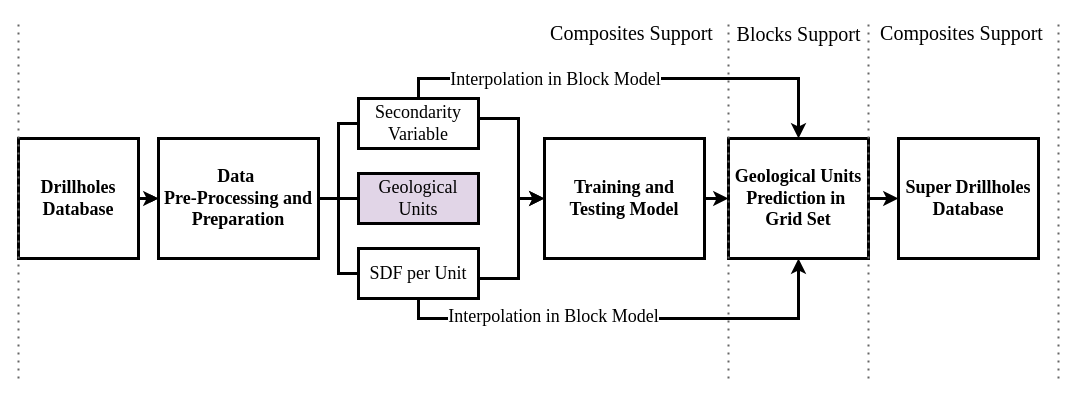
Earlier version of the draw.io diagram flow_geology_research.drawio (heberallin/Trabajos). Source tidied: cells renumbered, new cells numbered last; positions are measured from the earlier drawing's top-left corner, leaving out a move shared by most shapes. Both pictures are drawn from the tidied source at 100%, with x=0, y=0 at pixel (18, 18).
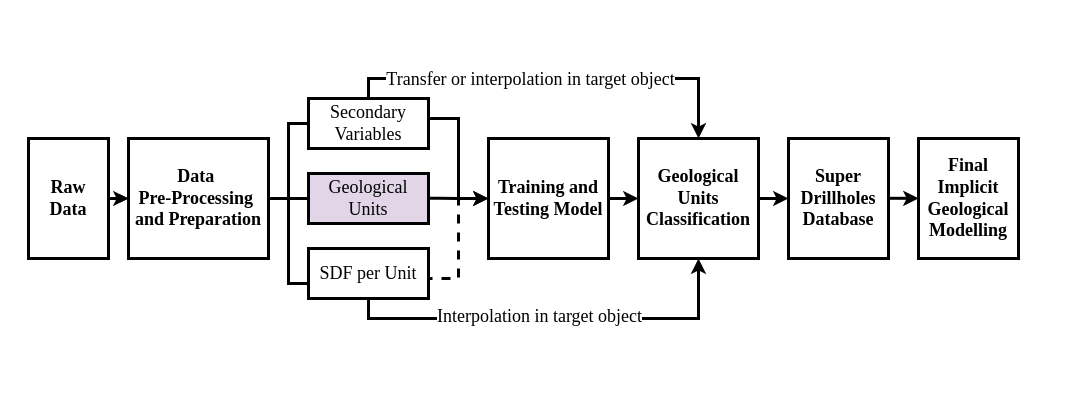
The same page after the edit.

Unchanged cells that the change refers to:
```xml
<mxCell id="10" style="edgeStyle=orthogonalEdgeStyle;rounded=0;jettySize=auto;html=1;exitX=0.5;exitY=0;exitDx=0;exitDy=0;entryX=0.5;entryY=0;entryDx=0;entryDy=0;fontFamily=Times New Roman;fontSize=18;fontStyle=1;strokeWidth=3;" parent="1" edge="1" source="28" target="18">
  <mxGeometry relative="1" as="geometry" />
</mxCell>
<mxCell id="13" style="edgeStyle=orthogonalEdgeStyle;rounded=0;jettySize=auto;html=1;exitX=0.5;exitY=1;exitDx=0;exitDy=0;entryX=0.5;entryY=1;entryDx=0;entryDy=0;fontFamily=Times New Roman;fontSize=18;fontStyle=1;strokeWidth=3;" parent="1" edge="1" source="26" target="18">
  <mxGeometry relative="1" as="geometry" />
</mxCell>
```

Change to the diagram source:
```diff
@@
-    <mxCell id="4" value="&lt;font&gt;Drillholes Database&lt;/font&gt;" style="rounded=0;whiteSpace=wrap;html=1;strokeWidth=3;fillStyle=auto;glass=0;shadow=0;fontFamily=Times New Roman;fontSize=18;fontStyle=1;" parent="1" vertex="1">
-      <mxGeometry y="120" width="120" height="120" as="geometry" />
+    <mxCell id="4" value="&lt;font&gt;Raw&lt;/font&gt;&lt;div&gt;&lt;font&gt;Data&lt;/font&gt;&lt;/div&gt;" style="rounded=0;whiteSpace=wrap;html=1;strokeWidth=3;fillStyle=auto;glass=0;shadow=0;fontFamily=Times New Roman;fontSize=18;fontStyle=1;" parent="1" vertex="1">
+      <mxGeometry x="10" y="120" width="80" height="120" as="geometry" />
     </mxCell>
     <mxCell id="5" style="edgeStyle=orthogonalEdgeStyle;rounded=0;jettySize=auto;html=1;exitX=1;exitY=0.5;exitDx=0;exitDy=0;entryX=0;entryY=0.5;entryDx=0;entryDy=0;endArrow=none;startFill=0;strokeWidth=3;fontFamily=Times New Roman;fontSize=18;fontStyle=1;" parent="1" edge="1" source="6" target="28">
-      <mxGeometry relative="1" as="geometry" />
+      <mxGeometry relative="1" as="geometry">
+        <Array as="points">
+          <mxPoint x="270" y="180" />
+          <mxPoint x="270" y="105" />
+        </Array>
+      </mxGeometry>
     </mxCell>
-    <mxCell id="6" value="&lt;font&gt;Data&amp;nbsp;&lt;/font&gt;&lt;div&gt;&lt;font&gt;Pre-Processing and Preparation&lt;/font&gt;&lt;/div&gt;" style="rounded=0;whiteSpace=wrap;html=1;strokeWidth=3;fillStyle=auto;glass=0;shadow=0;fontFamily=Times New Roman;fontSize=18;fontStyle=1;" parent="1" vertex="1">
-      <mxGeometry x="140" y="120" width="160" height="120" as="geometry" />
+    <mxCell id="6" value="&lt;font&gt;Data&amp;nbsp;&lt;/font&gt;&lt;div&gt;&lt;font&gt;Pre-Processing&amp;nbsp;&lt;/font&gt;&lt;/div&gt;&lt;div&gt;&lt;font&gt;and Preparation&lt;/font&gt;&lt;/div&gt;" style="rounded=0;whiteSpace=wrap;html=1;strokeWidth=3;fillStyle=auto;glass=0;shadow=0;fontFamily=Times New Roman;fontSize=18;fontStyle=1;" parent="1" vertex="1">
+      <mxGeometry x="110" y="120" width="140" height="120" as="geometry" />
     </mxCell>
@@
     <mxCell id="8" value="&lt;font&gt;Training and Testing Model&lt;/font&gt;" style="rounded=0;whiteSpace=wrap;html=1;strokeWidth=3;fillStyle=auto;glass=0;shadow=0;fontFamily=Times New Roman;fontSize=18;fontStyle=1;" parent="1" vertex="1">
-      <mxGeometry x="526" y="120" width="160" height="120" as="geometry" />
+      <mxGeometry x="470" y="120" width="120" height="120" as="geometry" />
     </mxCell>
     <mxCell id="9" style="edgeStyle=orthogonalEdgeStyle;rounded=0;jettySize=auto;html=1;exitX=1;exitY=0.5;exitDx=0;exitDy=0;endArrow=classic;startFill=0;strokeWidth=3;endFill=1;fontFamily=Times New Roman;fontSize=18;fontStyle=1;" parent="1" edge="1" source="28" target="8">
       <mxGeometry relative="1" as="geometry">
         <Array as="points">
-          <mxPoint x="500" y="100" />
-          <mxPoint x="500" y="180" />
+          <mxPoint x="410" y="100" />
+          <mxPoint x="440" y="100" />
+          <mxPoint x="440" y="180" />
         </Array>
       </mxGeometry>
     </mxCell>
@@
-    <mxCell id="11" value="Interpolation in Block Model" style="edgeLabel;html=1;align=center;verticalAlign=middle;fontSize=18;fontFamily=Times New Roman;fontStyle=0;" parent="10" vertex="1">
+    <mxCell id="11" value="Transfer or interpolation in target object" style="edgeLabel;html=1;align=center;verticalAlign=middle;fontSize=18;fontFamily=Times New Roman;fontStyle=0;" parent="10" vertex="1">
       <mxGeometry x="-0.26" y="-5" relative="1" as="geometry">
-        <mxPoint x="-14" y="-5" as="offset" />
+        <mxPoint x="29" y="-5" as="offset" />
       </mxGeometry>
     </mxCell>
-    <mxCell id="12" style="edgeStyle=orthogonalEdgeStyle;rounded=0;jettySize=auto;html=1;exitX=1;exitY=0.5;exitDx=0;exitDy=0;entryX=0;entryY=0.5;entryDx=0;entryDy=0;endArrow=classic;startFill=0;strokeWidth=3;endFill=1;fontFamily=Times New Roman;fontSize=18;fontStyle=1;" parent="1" edge="1" source="26" target="8">
+    <mxCell id="12" style="edgeStyle=orthogonalEdgeStyle;rounded=0;jettySize=auto;html=1;exitX=1;exitY=0.5;exitDx=0;exitDy=0;entryX=0;entryY=0.5;entryDx=0;entryDy=0;endArrow=classic;startFill=0;strokeWidth=3;endFill=1;fontFamily=Times New Roman;fontSize=18;fontStyle=1;dashed=1;" parent="1" edge="1" source="26" target="8">
       <mxGeometry relative="1" as="geometry">
         <Array as="points">
-          <mxPoint x="500" y="260" />
-          <mxPoint x="500" y="180" />
+          <mxPoint x="410" y="260" />
+          <mxPoint x="440" y="260" />
+          <mxPoint x="440" y="180" />
         </Array>
       </mxGeometry>
     </mxCell>
@@
-    <mxCell id="14" value="&lt;font&gt;Interpolation in Block Model&lt;/font&gt;" style="edgeLabel;html=1;align=center;verticalAlign=middle;fontSize=18;fontFamily=Times New Roman;fontStyle=0;" parent="13" vertex="1">
+    <mxCell id="14" value="&lt;font&gt;Interpolation in target object&lt;/font&gt;" style="edgeLabel;html=1;align=center;verticalAlign=middle;fontSize=18;fontFamily=Times New Roman;fontStyle=0;" parent="13" vertex="1">
       <mxGeometry x="0.21" y="3" relative="1" as="geometry">
-        <mxPoint x="-124" as="offset" />
+        <mxPoint x="-58" as="offset" />
       </mxGeometry>
     </mxCell>
     <mxCell id="15" value="Geological Units" style="rounded=0;whiteSpace=wrap;html=1;strokeWidth=3;fillStyle=auto;glass=0;shadow=0;fontFamily=Times New Roman;fontSize=18;fillColor=#e1d5e7;strokeColor=#000000;fontStyle=0;" parent="1" vertex="1">
-      <mxGeometry x="340" y="155" width="120" height="50" as="geometry" />
+      <mxGeometry x="290" y="155" width="120" height="50" as="geometry" />
     </mxCell>
     <mxCell id="16" style="edgeStyle=orthogonalEdgeStyle;rounded=0;jettySize=auto;html=1;exitX=1;exitY=0.5;exitDx=0;exitDy=0;entryX=0;entryY=0.5;entryDx=0;entryDy=0;endArrow=none;startFill=0;strokeWidth=3;fontSize=18;fontFamily=Times New Roman;fontStyle=1;" parent="1" edge="1" source="6" target="15">
-      <mxGeometry relative="1" as="geometry" />
+      <mxGeometry relative="1" as="geometry">
+        <Array as="points">
+          <mxPoint x="260" y="180" />
+          <mxPoint x="260" y="180" />
+        </Array>
+      </mxGeometry>
     </mxCell>
@@
-    <mxCell id="18" value="&lt;font&gt;Geological Units&lt;/font&gt;&lt;div&gt;&lt;font&gt;Prediction in&amp;nbsp;&lt;/font&gt;&lt;/div&gt;&lt;div&gt;&lt;font&gt;Grid Set&lt;/font&gt;&lt;/div&gt;" style="rounded=0;whiteSpace=wrap;html=1;strokeWidth=3;fillStyle=auto;glass=0;shadow=0;fontFamily=Times New Roman;fontSize=18;fontStyle=1;" parent="1" vertex="1">
-      <mxGeometry x="710" y="120" width="140" height="120" as="geometry" />
+    <mxCell id="18" value="&lt;font&gt;Geological Units&lt;/font&gt;&lt;div&gt;&lt;font&gt;Classification&lt;/font&gt;&lt;/div&gt;" style="rounded=0;whiteSpace=wrap;html=1;strokeWidth=3;fillStyle=auto;glass=0;shadow=0;fontFamily=Times New Roman;fontSize=18;fontStyle=1;" parent="1" vertex="1">
+      <mxGeometry x="620" y="120" width="120" height="120" as="geometry" />
     </mxCell>
     <mxCell id="19" value="Super Drillholes&lt;div&gt;Database&lt;/div&gt;" style="rounded=0;whiteSpace=wrap;html=1;strokeWidth=3;fillStyle=auto;glass=0;shadow=0;fontFamily=Times New Roman;fontSize=18;fontStyle=1;" parent="1" vertex="1">
-      <mxGeometry x="880" y="120" width="140" height="120" as="geometry" />
+      <mxGeometry x="770" y="120" width="100" height="120" as="geometry" />
     </mxCell>
-    <mxCell id="20" style="endArrow=none;html=1;rounded=0;fontSize=18;strokeWidth=3;exitX=0;exitY=0.5;exitDx=0;exitDy=0;" parent="1" edge="1" source="26">
+    <mxCell id="20" style="endArrow=none;html=1;rounded=0;fontSize=18;strokeWidth=3;exitX=0;exitY=0.5;exitDx=0;exitDy=0;" parent="1" edge="1">
       <mxGeometry relative="1" as="geometry">
-        <mxPoint x="320" y="180" as="targetPoint" />
+        <mxPoint x="290" y="265" as="sourcePoint" />
+        <mxPoint x="270" y="180" as="targetPoint" />
         <Array as="points">
-          <mxPoint x="320" y="255" />
+          <mxPoint x="270" y="265" />
         </Array>
       </mxGeometry>
     </mxCell>
     <mxCell id="21" style="endArrow=none;html=1;rounded=0;fontSize=18;strokeWidth=3;exitX=0;exitY=0.5;exitDx=0;exitDy=0;" parent="1" edge="1" source="26">
       <mxGeometry relative="1" as="geometry">
-        <mxPoint x="360" y="260" as="targetPoint" />
+        <mxPoint x="330" y="260" as="targetPoint" />
       </mxGeometry>
     </mxCell>
-    <mxCell id="22" style="endArrow=none;dashed=1;html=1;dashPattern=1 3;strokeWidth=2;rounded=0;fillColor=#f5f5f5;strokeColor=#666666;" parent="1" edge="1">
-      <mxGeometry relative="1" as="geometry">
-        <mxPoint x="710" y="360" as="sourcePoint" />
-        <mxPoint x="710" as="targetPoint" />
-      </mxGeometry>
-    </mxCell>
-    <mxCell id="23" value="Composites Support" style="edgeLabel;html=1;align=center;verticalAlign=middle;fontSize=20;fontFamily=Times New Roman;fontStyle=0;" parent="1" vertex="1">
-      <mxGeometry x="630" y="30" as="geometry">
-        <mxPoint x="-18" y="-17" as="offset" />
-      </mxGeometry>
-    </mxCell>
-    <mxCell id="24" value="Blocks Support" style="edgeLabel;html=1;align=center;verticalAlign=middle;fontSize=20;fontFamily=Times New Roman;fontStyle=0;" parent="1" vertex="1">
-      <mxGeometry x="433" y="28" as="geometry">
-        <mxPoint x="346" y="-14" as="offset" />
-      </mxGeometry>
-    </mxCell>
     <mxCell id="25" style="endArrow=none;html=1;rounded=0;fontSize=18;strokeWidth=3;" parent="1" edge="1" target="26">
       <mxGeometry relative="1" as="geometry">
-        <mxPoint x="360" y="260" as="sourcePoint" />
+        <mxPoint x="330" y="260" as="sourcePoint" />
       </mxGeometry>
     </mxCell>
     <mxCell id="26" value="&lt;font&gt;SDF per Unit&lt;/font&gt;" style="rounded=0;whiteSpace=wrap;html=1;strokeWidth=3;fillStyle=auto;glass=0;shadow=0;fontFamily=Times New Roman;fontSize=18;fontStyle=0;" parent="1" vertex="1">
-      <mxGeometry x="340" y="230" width="120" height="50" as="geometry" />
+      <mxGeometry x="290" y="230" width="120" height="50" as="geometry" />
     </mxCell>
-    <mxCell id="27" style="edgeStyle=orthogonalEdgeStyle;rounded=0;jettySize=auto;html=1;exitX=1;exitY=0.5;exitDx=0;exitDy=0;endArrow=classic;startFill=0;strokeWidth=3;endFill=1;fontFamily=Times New Roman;fontSize=18;fontStyle=1;" parent="1" edge="1" target="28">
-      <mxGeometry relative="1" as="geometry">
-        <mxPoint x="420" y="100" as="sourcePoint" />
-      </mxGeometry>
-    </mxCell>
-    <mxCell id="28" value="Secondarity Variable" style="rounded=0;whiteSpace=wrap;html=1;strokeWidth=3;fillStyle=auto;glass=0;shadow=0;fontFamily=Times New Roman;fontSize=18;fontStyle=0;" parent="1" vertex="1">
-      <mxGeometry x="340" y="80" width="120" height="50" as="geometry" />
+    <mxCell id="28" value="Secondary Variables" style="rounded=0;whiteSpace=wrap;html=1;strokeWidth=3;fillStyle=auto;glass=0;shadow=0;fontFamily=Times New Roman;fontSize=18;fontStyle=0;" parent="1" vertex="1">
+      <mxGeometry x="290" y="80" width="120" height="50" as="geometry" />
     </mxCell>
-    <mxCell id="29" style="endArrow=none;dashed=1;html=1;dashPattern=1 3;strokeWidth=2;rounded=0;fillColor=#f5f5f5;strokeColor=#666666;" parent="1" edge="1">
-      <mxGeometry relative="1" as="geometry">
-        <mxPoint x="850" y="360" as="sourcePoint" />
-        <mxPoint x="850" as="targetPoint" />
-      </mxGeometry>
-    </mxCell>
-    <mxCell id="30" value="Composites Support" style="edgeLabel;html=1;align=center;verticalAlign=middle;fontSize=20;fontFamily=Times New Roman;fontStyle=0;" parent="1" vertex="1">
-      <mxGeometry x="960" y="30" as="geometry">
-        <mxPoint x="-18" y="-17" as="offset" />
-      </mxGeometry>
-    </mxCell>
-    <mxCell id="31" style="endArrow=none;dashed=1;html=1;dashPattern=1 3;strokeWidth=2;rounded=0;fillColor=#f5f5f5;strokeColor=#666666;" parent="1" edge="1">
-      <mxGeometry relative="1" as="geometry">
-        <mxPoint x="1040" y="360" as="sourcePoint" />
-        <mxPoint x="1040" as="targetPoint" />
-      </mxGeometry>
-    </mxCell>
-    <mxCell id="32" style="endArrow=none;dashed=1;html=1;dashPattern=1 3;strokeWidth=2;rounded=0;fillColor=#f5f5f5;strokeColor=#666666;" parent="1" edge="1">
-      <mxGeometry relative="1" as="geometry">
-        <mxPoint y="360" as="sourcePoint" />
-        <mxPoint as="targetPoint" />
-      </mxGeometry>
-    </mxCell>
+    <mxCell id="33" value="Final Implicit&lt;div&gt;Geological Modelling&lt;/div&gt;" style="rounded=0;whiteSpace=wrap;html=1;strokeWidth=3;fillStyle=auto;glass=0;shadow=0;fontFamily=Times New Roman;fontSize=18;fontStyle=1;" parent="1" vertex="1">
+      <mxGeometry x="900" y="120" width="100" height="120" as="geometry" />
+    </mxCell>
+    <mxCell id="34" style="edgeStyle=orthogonalEdgeStyle;rounded=0;orthogonalLoop=1;jettySize=auto;html=1;exitX=1;exitY=0.5;exitDx=0;exitDy=0;entryX=0;entryY=0.5;entryDx=0;entryDy=0;strokeWidth=3;" parent="1" edge="1">
+      <mxGeometry relative="1" as="geometry">
+        <mxPoint x="870" y="179.8" as="sourcePoint" />
+        <mxPoint x="900" y="179.8" as="targetPoint" />
+      </mxGeometry>
+    </mxCell>
+    <mxCell id="35" style="edgeStyle=orthogonalEdgeStyle;rounded=0;orthogonalLoop=1;jettySize=auto;html=1;exitX=1;exitY=0.5;exitDx=0;exitDy=0;endArrow=none;startFill=0;strokeWidth=3;fontSize=18;fontFamily=Times New Roman;fontStyle=1;" parent="1" edge="1">
+      <mxGeometry relative="1" as="geometry">
+        <mxPoint x="410" y="179.8" as="sourcePoint" />
+        <mxPoint x="440" y="180" as="targetPoint" />
+        <Array as="points">
+          <mxPoint x="420" y="179.8" />
+          <mxPoint x="420" y="179.8" />
+        </Array>
+      </mxGeometry>
+    </mxCell>
```
